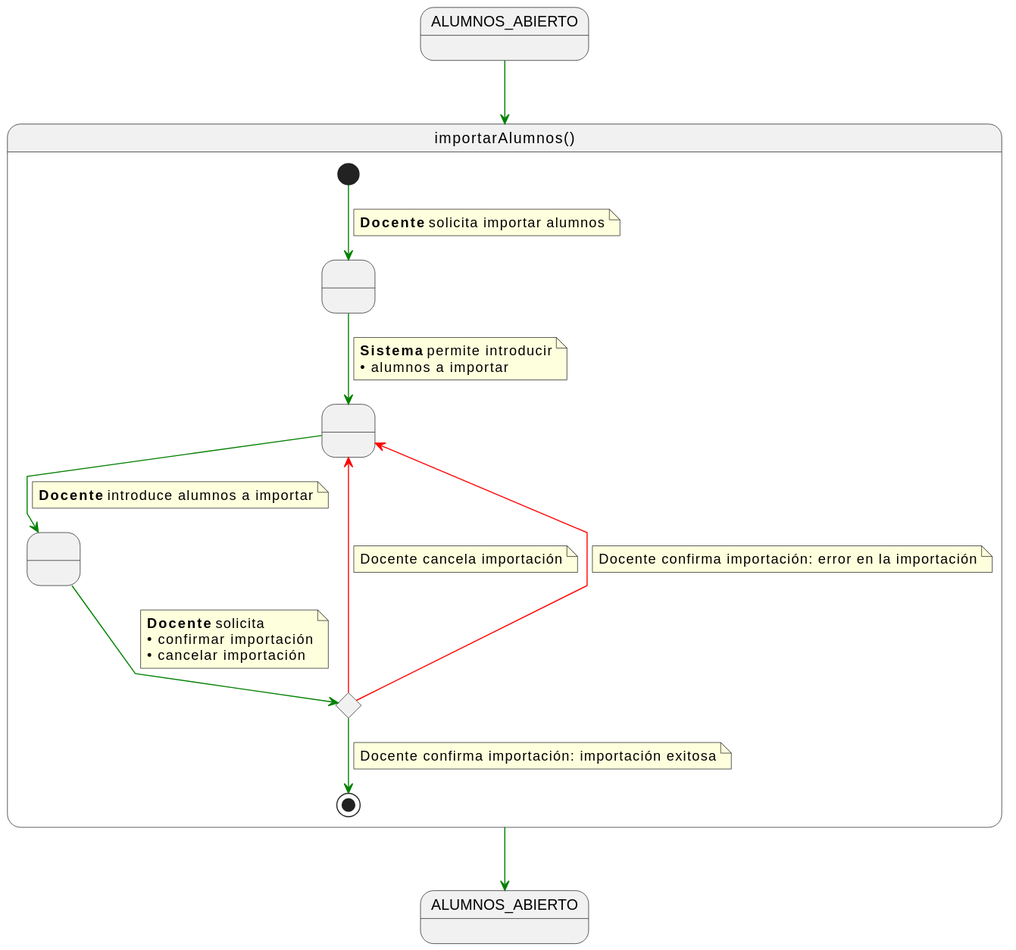
The PlantUML diagram documents/casos-de-uso/detalladoCasosDeUso/importarAlumnos/importarAlumnos.svg in martinlopez7/25-26-IdSw1-SdR, before a commit.
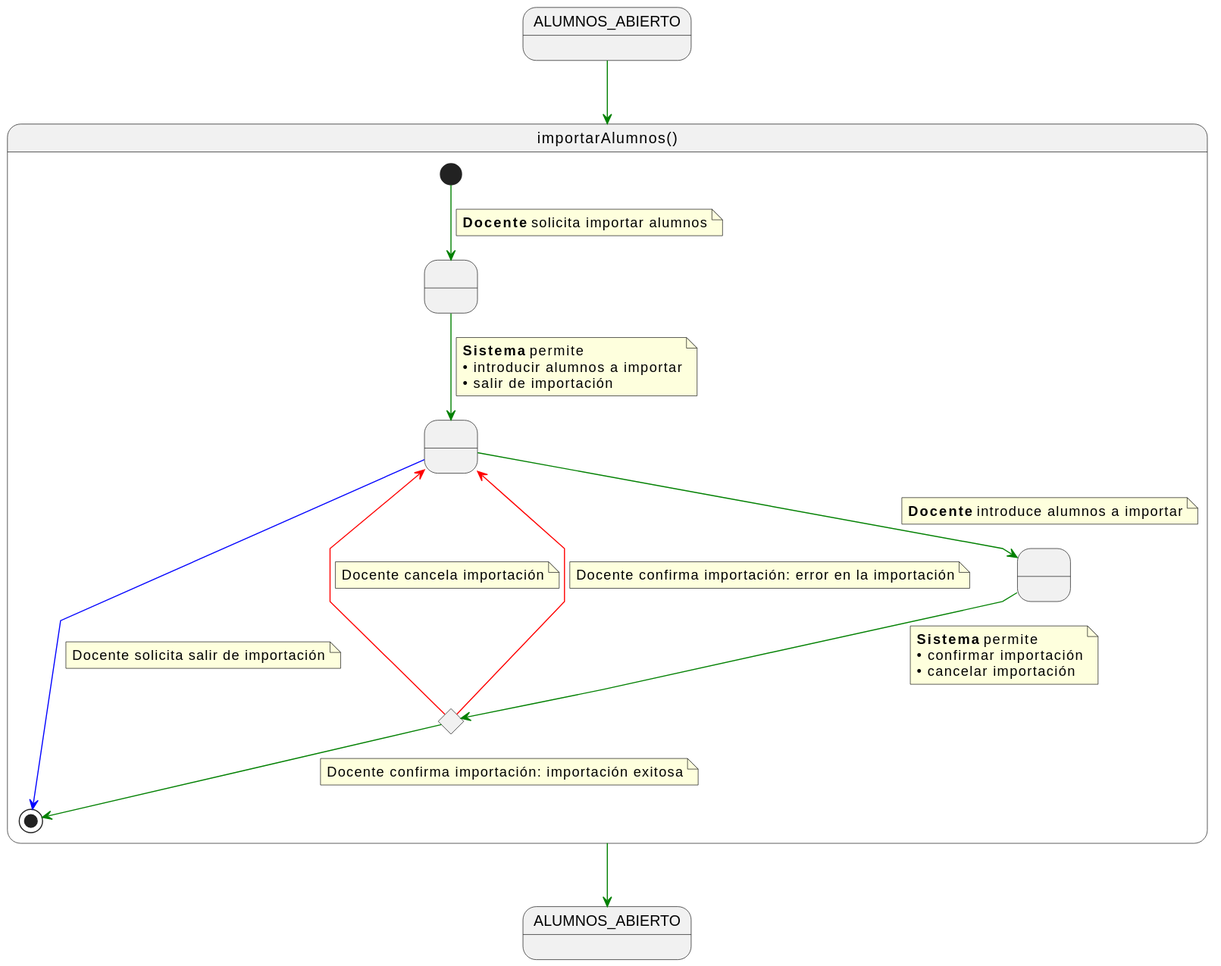
The same diagram one commit later.

What changed in the source:
```diff
@@ -17,8 +17,9 @@
 
     RequiringImport -[#green]-> ProvidingAlumnos
     note on link
-    <b>Sistema</b> permite introducir
-    • alumnos a importar
+    <b>Sistema</b> permite
+    • introducir alumnos a importar
+    • salir de importación
     end note
 
     ProvidingAlumnos -[#green]-> ProvidingConfirmation
@@ -28,7 +29,7 @@
 
     ProvidingConfirmation -[#green]-> c
     note on link
-    <b>Docente</b> solicita
+    <b>Sistema</b> permite
     • confirmar importación
     • cancelar importación
     end note
@@ -47,6 +48,11 @@
     note on link
     Docente confirma importación: importación exitosa
     end note
+
+    ProvidingAlumnos -[#blue]-> [*]
+    note on link
+    Docente solicita salir de importación
+    end note
 }
 
 ALUMNOS_ABIERTO -[#green]-> importarAlumnos
```
